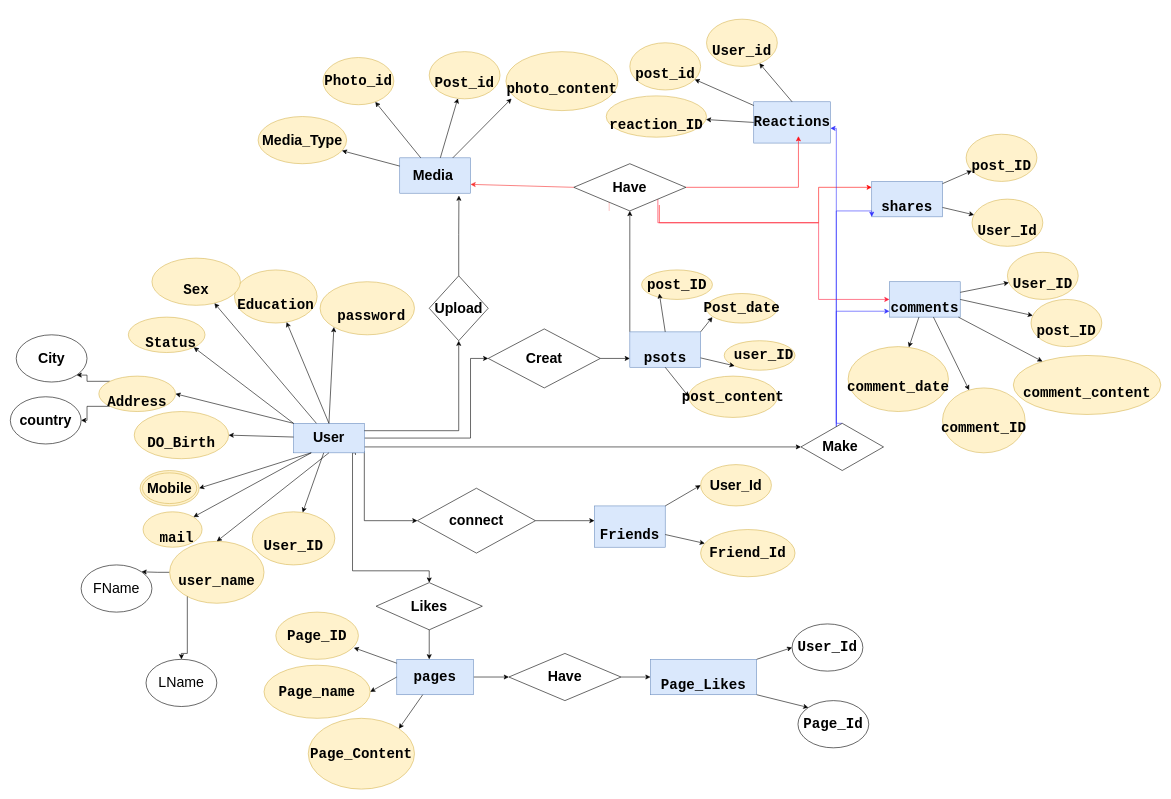
This is weyou/Untitled Diagram.drawio from elarabyelaidy19/database_of_databases, a draw.io file, before an edit. Source tidied: cells renumbered, new cells numbered last; positions are measured from the earlier drawing's top-left corner, leaving out a move shared by most shapes. Both pictures are drawn from the tidied source at 59%, with x=0, y=0 at pixel (10, 19).
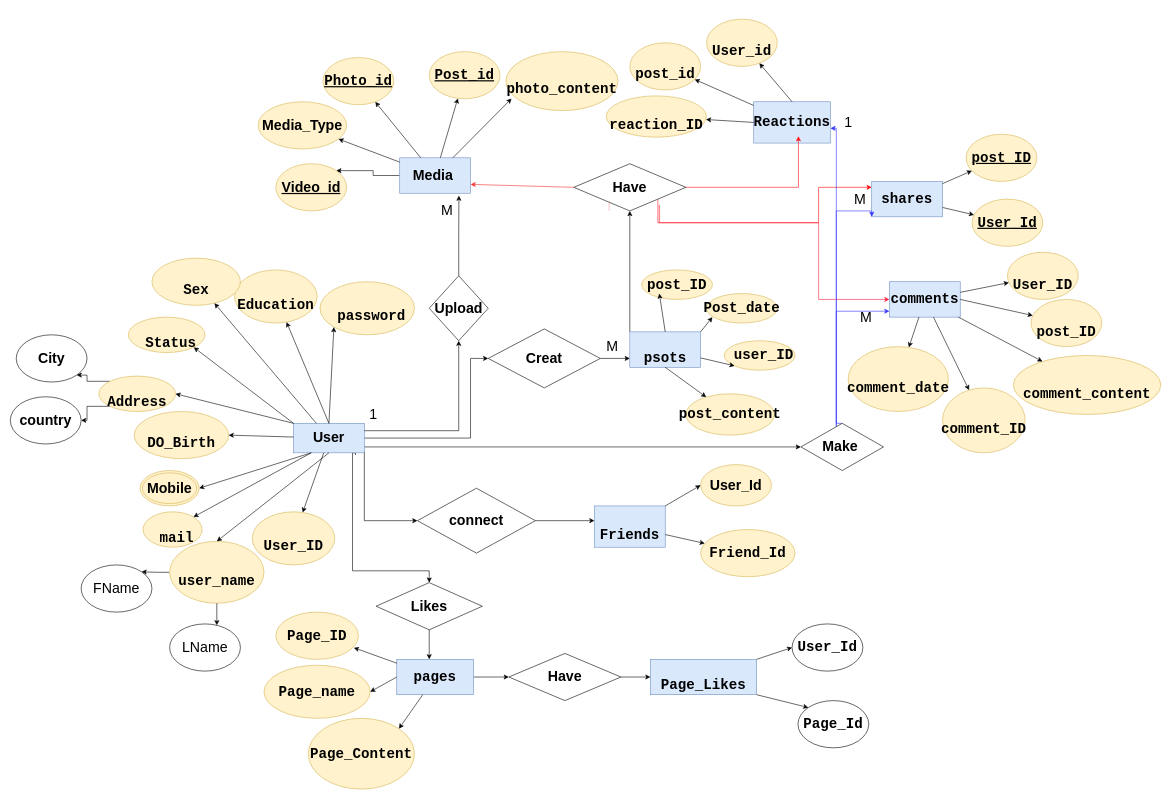
The same page after the edit.

Commit message:
relation type

The change refers to these unchanged cells:
```xml
<mxCell id="5" value="&lt;font style=&quot;font-size: 24px;&quot;&gt;&lt;font style=&quot;font-size: 24px;&quot;&gt;Media&amp;nbsp;&lt;/font&gt;&lt;br style=&quot;font-size: 24px;&quot;&gt;&lt;/font&gt;" style="rounded=0;whiteSpace=wrap;html=1;fillColor=#dae8fc;strokeColor=#6c8ebf;labelBackgroundColor=none;fontSize=24;fontStyle=1;" parent="1" vertex="1">
  <mxGeometry x="660" y="235" width="120" height="60" as="geometry" />
</mxCell>
<mxCell id="14" value="&lt;font style=&quot;font-size: 24px;&quot;&gt;&lt;br style=&quot;font-size: 24px;&quot;&gt;&lt;br style=&quot;font-size: 24px;&quot;&gt;&lt;/font&gt;&lt;div style=&quot;font-family: consolas, &amp;quot;courier new&amp;quot;, monospace; line-height: 24px; font-size: 24px;&quot;&gt;&lt;div style=&quot;font-size: 24px;&quot;&gt;&lt;span style=&quot;font-size: 24px;&quot;&gt;&lt;font style=&quot;font-size: 24px;&quot;&gt;psots&lt;/font&gt;&lt;/span&gt;&lt;/div&gt;&lt;/div&gt;&lt;font style=&quot;font-size: 24px;&quot;&gt;&lt;br style=&quot;font-size: 24px;&quot;&gt;&lt;/font&gt;" style="rounded=0;whiteSpace=wrap;html=1;fillColor=#dae8fc;strokeColor=#6c8ebf;labelBackgroundColor=none;fontSize=24;fontStyle=1;" parent="1" vertex="1">
  <mxGeometry x="1050" y="530" width="120" height="60" as="geometry" />
</mxCell>
```

What changed in the source:
```diff
@@
-    <mxCell id="2" value="&lt;font style=&quot;font-size: 24px;&quot;&gt;&lt;br style=&quot;font-size: 24px;&quot;&gt;&lt;br style=&quot;font-size: 24px;&quot;&gt;&lt;/font&gt;&lt;div style=&quot;font-family: consolas, &amp;quot;courier new&amp;quot;, monospace; line-height: 24px; font-size: 24px;&quot;&gt;&lt;div style=&quot;font-size: 24px;&quot;&gt;&lt;span style=&quot;font-size: 24px;&quot;&gt;&lt;font style=&quot;font-size: 24px;&quot;&gt;comments&lt;/font&gt;&lt;/span&gt;&lt;/div&gt;&lt;/div&gt;&lt;font style=&quot;font-size: 24px;&quot;&gt;&lt;br style=&quot;font-size: 24px;&quot;&gt;&lt;/font&gt;" style="rounded=0;whiteSpace=wrap;html=1;fillColor=#dae8fc;strokeColor=#6c8ebf;labelBackgroundColor=none;fontSize=24;fontStyle=1;" parent="1" vertex="1">
+    <mxCell id="2" value="&lt;font style=&quot;font-size: 24px&quot;&gt;&lt;br style=&quot;font-size: 24px&quot;&gt;&lt;span style=&quot;font-family: &amp;#34;consolas&amp;#34; , &amp;#34;courier new&amp;#34; , monospace&quot;&gt;comments&lt;/span&gt;&lt;br&gt;&lt;/font&gt;&lt;font style=&quot;font-size: 24px&quot;&gt;&lt;br style=&quot;font-size: 24px&quot;&gt;&lt;/font&gt;" style="rounded=0;whiteSpace=wrap;html=1;fillColor=#dae8fc;strokeColor=#6c8ebf;labelBackgroundColor=none;fontSize=24;fontStyle=1;" parent="1" vertex="1">
       <mxGeometry x="1490" y="445" width="120" height="60" as="geometry" />
     </mxCell>
@@
+    <mxCell id="117" style="edgeStyle=orthogonalEdgeStyle;rounded=0;jettySize=auto;html=1;entryX=1;entryY=0;entryDx=0;entryDy=0;labelBackgroundColor=none;fontSize=24;fontColor=#000000;" parent="1" edge="1" source="5" target="118">
+      <mxGeometry relative="1" as="geometry" />
+    </mxCell>
@@
-    <mxCell id="15" value="&lt;font style=&quot;font-size: 24px;&quot;&gt;&lt;br style=&quot;font-size: 24px;&quot;&gt;&lt;br style=&quot;font-size: 24px;&quot;&gt;&lt;/font&gt;&lt;div style=&quot;font-family: consolas, &amp;quot;courier new&amp;quot;, monospace; line-height: 24px; font-size: 24px;&quot;&gt;&lt;div style=&quot;font-size: 24px;&quot;&gt;&lt;span style=&quot;font-size: 24px;&quot;&gt;&lt;font style=&quot;font-size: 24px;&quot;&gt;shares&lt;/font&gt;&lt;/span&gt;&lt;/div&gt;&lt;/div&gt;&lt;font style=&quot;font-size: 24px;&quot;&gt;&lt;br style=&quot;font-size: 24px;&quot;&gt;&lt;/font&gt;" style="rounded=0;whiteSpace=wrap;html=1;fillColor=#dae8fc;strokeColor=#6c8ebf;labelBackgroundColor=none;fontSize=24;fontStyle=1;" parent="1" vertex="1">
+    <mxCell id="15" value="&lt;font style=&quot;font-size: 24px&quot;&gt;&lt;br style=&quot;font-size: 24px&quot;&gt;&lt;span style=&quot;font-family: &amp;#34;consolas&amp;#34; , &amp;#34;courier new&amp;#34; , monospace&quot;&gt;shares&lt;/span&gt;&lt;br&gt;&lt;/font&gt;&lt;font style=&quot;font-size: 24px&quot;&gt;&lt;br style=&quot;font-size: 24px&quot;&gt;&lt;/font&gt;" style="rounded=0;whiteSpace=wrap;html=1;fillColor=#dae8fc;strokeColor=#6c8ebf;labelBackgroundColor=none;fontSize=24;fontStyle=1;" parent="1" vertex="1">
       <mxGeometry x="1460" y="275" width="120" height="60" as="geometry" />
     </mxCell>
@@
     <mxCell id="34" value="&lt;div style=&quot;font-family: consolas, &amp;quot;courier new&amp;quot;, monospace; font-size: 24px; line-height: 24px;&quot;&gt;&lt;div style=&quot;font-family: consolas, &amp;quot;courier new&amp;quot;, monospace; line-height: 24px; font-size: 24px;&quot;&gt;post_content&lt;/div&gt;&lt;/div&gt;" style="ellipse;whiteSpace=wrap;html=1;fillColor=#fff2cc;strokeColor=#d6b656;labelBackgroundColor=none;fontSize=24;fontStyle=1;" parent="1" vertex="1">
-      <mxGeometry x="1150" y="605" width="150" height="70" as="geometry" />
+      <mxGeometry x="1145" y="635" width="150" height="70" as="geometry" />
     </mxCell>
@@
-    <mxCell id="46" value="&lt;br style=&quot;font-size: 24px;&quot;&gt;&lt;br style=&quot;font-size: 24px;&quot;&gt;&lt;div style=&quot;font-family: consolas, &amp;quot;courier new&amp;quot;, monospace; line-height: 24px; font-size: 24px;&quot;&gt;&lt;div style=&quot;font-size: 24px;&quot;&gt;&lt;span style=&quot;font-size: 24px;&quot;&gt;&lt;font style=&quot;font-size: 24px;&quot;&gt;Post_id&lt;/font&gt;&lt;/span&gt;&lt;/div&gt;&lt;/div&gt;&lt;br style=&quot;font-size: 24px;&quot;&gt;" style="ellipse;whiteSpace=wrap;html=1;fillColor=#fff2cc;strokeColor=#d6b656;labelBackgroundColor=none;fontSize=24;fontStyle=1;" parent="1" vertex="1">
+    <mxCell id="46" value="&lt;u style=&quot;font-family: &amp;#34;consolas&amp;#34; , &amp;#34;courier new&amp;#34; , monospace&quot;&gt;Post_id&lt;/u&gt;" style="ellipse;whiteSpace=wrap;html=1;fillColor=#fff2cc;strokeColor=#d6b656;labelBackgroundColor=none;fontSize=24;fontStyle=1;" parent="1" vertex="1">
       <mxGeometry x="710" y="55" width="120" height="80" as="geometry" />
     </mxCell>
-    <mxCell id="47" value="&lt;font style=&quot;font-size: 24px;&quot;&gt;&lt;br style=&quot;font-size: 24px;&quot;&gt;&lt;/font&gt;&lt;div style=&quot;font-family: consolas, &amp;quot;courier new&amp;quot;, monospace; line-height: 24px; font-size: 24px;&quot;&gt;&lt;div style=&quot;font-size: 24px;&quot;&gt;&lt;span style=&quot;font-size: 24px;&quot;&gt;&lt;font style=&quot;font-size: 24px;&quot;&gt;Photo_id&lt;/font&gt;&lt;/span&gt;&lt;/div&gt;&lt;/div&gt;&lt;font style=&quot;font-size: 24px;&quot;&gt;&lt;br style=&quot;font-size: 24px;&quot;&gt;&lt;/font&gt;" style="ellipse;whiteSpace=wrap;html=1;fillColor=#fff2cc;strokeColor=#d6b656;align=center;labelBackgroundColor=none;fontSize=24;fontStyle=1;" parent="1" vertex="1">
+    <mxCell id="47" value="&lt;font style=&quot;font-size: 24px&quot;&gt;&lt;u&gt;&lt;br style=&quot;font-size: 24px&quot;&gt;&lt;/u&gt;&lt;/font&gt;&lt;div style=&quot;font-family: &amp;#34;consolas&amp;#34; , &amp;#34;courier new&amp;#34; , monospace ; line-height: 24px ; font-size: 24px&quot;&gt;&lt;div style=&quot;font-size: 24px&quot;&gt;&lt;span style=&quot;font-size: 24px&quot;&gt;&lt;font style=&quot;font-size: 24px&quot;&gt;&lt;u&gt;Photo_id&lt;/u&gt;&lt;/font&gt;&lt;/span&gt;&lt;/div&gt;&lt;/div&gt;&lt;font style=&quot;font-size: 24px&quot;&gt;&lt;br style=&quot;font-size: 24px&quot;&gt;&lt;/font&gt;" style="ellipse;whiteSpace=wrap;html=1;fillColor=#fff2cc;strokeColor=#d6b656;align=center;labelBackgroundColor=none;fontSize=24;fontStyle=1;" parent="1" vertex="1">
       <mxGeometry x="530" y="65" width="120" height="80" as="geometry" />
     </mxCell>
-    <mxCell id="48" value="&lt;br style=&quot;font-size: 24px;&quot;&gt;&lt;br style=&quot;font-size: 24px;&quot;&gt;&lt;div style=&quot;font-family: consolas, &amp;quot;courier new&amp;quot;, monospace; line-height: 24px; font-size: 24px;&quot;&gt;&lt;div style=&quot;font-size: 24px;&quot;&gt;&lt;span style=&quot;font-size: 24px;&quot;&gt;&lt;font style=&quot;font-size: 24px;&quot;&gt;post_ID&lt;/font&gt;&lt;/span&gt;&lt;/div&gt;&lt;/div&gt;&lt;br style=&quot;font-size: 24px;&quot;&gt;" style="ellipse;whiteSpace=wrap;html=1;fillColor=#fff2cc;strokeColor=#d6b656;labelBackgroundColor=none;fontSize=24;fontStyle=1;" parent="1" vertex="1">
+    <mxCell id="48" value="&lt;u style=&quot;font-family: &amp;#34;consolas&amp;#34; , &amp;#34;courier new&amp;#34; , monospace&quot;&gt;post_ID&lt;/u&gt;" style="ellipse;whiteSpace=wrap;html=1;fillColor=#fff2cc;strokeColor=#d6b656;labelBackgroundColor=none;fontSize=24;fontStyle=1;" parent="1" vertex="1">
       <mxGeometry x="1620" y="195" width="120" height="80" as="geometry" />
     </mxCell>
-    <mxCell id="49" value="&lt;br style=&quot;font-size: 24px;&quot;&gt;&lt;br style=&quot;font-size: 24px;&quot;&gt;&lt;div style=&quot;font-family: consolas, &amp;quot;courier new&amp;quot;, monospace; line-height: 24px; font-size: 24px;&quot;&gt;&lt;div style=&quot;font-size: 24px;&quot;&gt;&lt;span style=&quot;font-size: 24px;&quot;&gt;&lt;font style=&quot;font-size: 24px;&quot;&gt;User_Id&lt;/font&gt;&lt;/span&gt;&lt;/div&gt;&lt;/div&gt;&lt;br style=&quot;font-size: 24px;&quot;&gt;" style="ellipse;whiteSpace=wrap;html=1;fillColor=#fff2cc;strokeColor=#d6b656;labelBackgroundColor=none;fontSize=24;fontStyle=1;" parent="1" vertex="1">
+    <mxCell id="49" value="&lt;u style=&quot;font-family: &amp;#34;consolas&amp;#34; , &amp;#34;courier new&amp;#34; , monospace&quot;&gt;User_Id&lt;/u&gt;" style="ellipse;whiteSpace=wrap;html=1;fillColor=#fff2cc;strokeColor=#d6b656;labelBackgroundColor=none;fontSize=24;fontStyle=1;" parent="1" vertex="1">
       <mxGeometry x="1630" y="305" width="120" height="80" as="geometry" />
     </mxCell>
-    <mxCell id="50" value="&lt;br style=&quot;font-size: 24px;&quot;&gt;&lt;br style=&quot;font-size: 24px;&quot;&gt;&lt;div style=&quot;font-family: consolas, &amp;quot;courier new&amp;quot;, monospace; line-height: 24px; font-size: 24px;&quot;&gt;&lt;div style=&quot;font-size: 24px;&quot;&gt;&lt;span style=&quot;font-size: 24px;&quot;&gt;&lt;font style=&quot;font-size: 24px;&quot;&gt;comment_ID&lt;/font&gt;&lt;/span&gt;&lt;/div&gt;&lt;/div&gt;&lt;br style=&quot;font-size: 24px;&quot;&gt;" style="ellipse;whiteSpace=wrap;html=1;fillColor=#fff2cc;strokeColor=#d6b656;labelBackgroundColor=none;fontSize=24;fontStyle=1;" parent="1" vertex="1">
+    <mxCell id="50" value="&lt;br style=&quot;font-size: 24px&quot;&gt;&lt;span style=&quot;font-family: &amp;#34;consolas&amp;#34; , &amp;#34;courier new&amp;#34; , monospace&quot;&gt;comment_ID&lt;/span&gt;&lt;br&gt;" style="ellipse;whiteSpace=wrap;html=1;fillColor=#fff2cc;strokeColor=#d6b656;labelBackgroundColor=none;fontSize=24;fontStyle=1;" parent="1" vertex="1">
       <mxGeometry x="1580" y="625" width="140" height="110" as="geometry" />
     </mxCell>
-    <mxCell id="51" value="&lt;br style=&quot;font-size: 24px;&quot;&gt;&lt;br style=&quot;font-size: 24px;&quot;&gt;&lt;div style=&quot;font-family: consolas, &amp;quot;courier new&amp;quot;, monospace; line-height: 24px; font-size: 24px;&quot;&gt;&lt;div style=&quot;font-size: 24px;&quot;&gt;&lt;span style=&quot;font-size: 24px;&quot;&gt;&lt;font style=&quot;font-size: 24px;&quot;&gt;User_ID&lt;/font&gt;&lt;/span&gt;&lt;/div&gt;&lt;/div&gt;&lt;br style=&quot;font-size: 24px;&quot;&gt;" style="ellipse;whiteSpace=wrap;html=1;fillColor=#fff2cc;strokeColor=#d6b656;labelBackgroundColor=none;fontSize=24;fontStyle=1;" parent="1" vertex="1">
+    <mxCell id="51" value="&lt;br style=&quot;font-size: 24px&quot;&gt;&lt;span style=&quot;font-family: &amp;#34;consolas&amp;#34; , &amp;#34;courier new&amp;#34; , monospace&quot;&gt;User_ID&lt;/span&gt;&lt;br&gt;" style="ellipse;whiteSpace=wrap;html=1;fillColor=#fff2cc;strokeColor=#d6b656;labelBackgroundColor=none;fontSize=24;fontStyle=1;" parent="1" vertex="1">
       <mxGeometry x="1690" y="395" width="120" height="80" as="geometry" />
     </mxCell>
-    <mxCell id="52" value="&lt;br style=&quot;font-size: 24px;&quot;&gt;&lt;br style=&quot;font-size: 24px;&quot;&gt;&lt;div style=&quot;font-family: consolas, &amp;quot;courier new&amp;quot;, monospace; line-height: 24px; font-size: 24px;&quot;&gt;&lt;div style=&quot;font-size: 24px;&quot;&gt;&lt;span style=&quot;font-size: 24px;&quot;&gt;&lt;font style=&quot;font-size: 24px;&quot;&gt;post_ID&lt;/font&gt;&lt;/span&gt;&lt;/div&gt;&lt;/div&gt;&lt;br style=&quot;font-size: 24px;&quot;&gt;" style="ellipse;whiteSpace=wrap;html=1;fillColor=#fff2cc;strokeColor=#d6b656;labelBackgroundColor=none;fontSize=24;fontStyle=1;" parent="1" vertex="1">
+    <mxCell id="52" value="&lt;br style=&quot;font-size: 24px&quot;&gt;&lt;span style=&quot;font-family: &amp;#34;consolas&amp;#34; , &amp;#34;courier new&amp;#34; , monospace&quot;&gt;post_ID&lt;/span&gt;&lt;br&gt;" style="ellipse;whiteSpace=wrap;html=1;fillColor=#fff2cc;strokeColor=#d6b656;labelBackgroundColor=none;fontSize=24;fontStyle=1;" parent="1" vertex="1">
       <mxGeometry x="1730" y="475" width="120" height="80" as="geometry" />
     </mxCell>
-    <mxCell id="53" value="&lt;br style=&quot;font-size: 24px;&quot;&gt;&lt;br style=&quot;font-size: 24px;&quot;&gt;&lt;div style=&quot;font-family: consolas, &amp;quot;courier new&amp;quot;, monospace; line-height: 24px; font-size: 24px;&quot;&gt;&lt;div style=&quot;font-size: 24px;&quot;&gt;&lt;span style=&quot;font-size: 24px;&quot;&gt;&lt;font style=&quot;font-size: 24px;&quot;&gt;comment_content&lt;/font&gt;&lt;/span&gt;&lt;/div&gt;&lt;/div&gt;&lt;br style=&quot;font-size: 24px;&quot;&gt;" style="ellipse;whiteSpace=wrap;html=1;fillColor=#fff2cc;strokeColor=#d6b656;labelBackgroundColor=none;fontSize=24;fontStyle=1;" parent="1" vertex="1">
+    <mxCell id="53" value="&lt;br style=&quot;font-size: 24px&quot;&gt;&lt;span style=&quot;font-family: &amp;#34;consolas&amp;#34; , &amp;#34;courier new&amp;#34; , monospace&quot;&gt;comment_content&lt;/span&gt;&lt;br&gt;" style="ellipse;whiteSpace=wrap;html=1;fillColor=#fff2cc;strokeColor=#d6b656;labelBackgroundColor=none;fontSize=24;fontStyle=1;" parent="1" vertex="1">
       <mxGeometry x="1700" y="570" width="250" height="100" as="geometry" />
     </mxCell>
-    <mxCell id="54" value="&lt;br style=&quot;font-size: 24px;&quot;&gt;&lt;br style=&quot;font-size: 24px;&quot;&gt;&lt;div style=&quot;font-family: consolas, &amp;quot;courier new&amp;quot;, monospace; line-height: 24px; font-size: 24px;&quot;&gt;&lt;div style=&quot;font-size: 24px;&quot;&gt;&lt;span style=&quot;font-size: 24px;&quot;&gt;&lt;font style=&quot;font-size: 24px;&quot;&gt;comment_date&lt;/font&gt;&lt;/span&gt;&lt;/div&gt;&lt;/div&gt;&lt;br style=&quot;font-size: 24px;&quot;&gt;" style="ellipse;whiteSpace=wrap;html=1;fillColor=#fff2cc;strokeColor=#d6b656;labelBackgroundColor=none;fontSize=24;fontStyle=1;" parent="1" vertex="1">
+    <mxCell id="54" value="&lt;br style=&quot;font-size: 24px&quot;&gt;&lt;span style=&quot;font-family: &amp;#34;consolas&amp;#34; , &amp;#34;courier new&amp;#34; , monospace&quot;&gt;comment_date&lt;/span&gt;&lt;br&gt;" style="ellipse;whiteSpace=wrap;html=1;fillColor=#fff2cc;strokeColor=#d6b656;labelBackgroundColor=none;fontSize=24;fontStyle=1;" parent="1" vertex="1">
       <mxGeometry x="1420" y="555" width="170" height="110" as="geometry" />
     </mxCell>
@@
-    <mxCell id="79" style="endArrow=classic;html=1;entryX=0;entryY=0.5;entryDx=0;entryDy=0;exitX=0.5;exitY=1;exitDx=0;exitDy=0;labelBackgroundColor=none;fontSize=24;fontStyle=1;" parent="1" edge="1" source="14" target="34">
+    <mxCell id="79" style="endArrow=classic;html=1;exitX=0.5;exitY=1;exitDx=0;exitDy=0;labelBackgroundColor=none;fontSize=24;fontStyle=1;" parent="1" edge="1" source="14" target="34">
       <mxGeometry relative="1" as="geometry" />
     </mxCell>
@@
     <mxCell id="107" value="&lt;font style=&quot;font-size: 24px;&quot;&gt;Media_Type&lt;/font&gt;" style="ellipse;whiteSpace=wrap;html=1;fillColor=#fff2cc;strokeColor=#d6b656;labelBackgroundColor=none;fontSize=24;fontStyle=1;" parent="1" vertex="1">
-      <mxGeometry x="420" y="165" width="150" height="80" as="geometry" />
+      <mxGeometry x="420" y="140" width="150" height="80" as="geometry" />
     </mxCell>
@@
     <mxCell id="113" value="LName" style="ellipse;whiteSpace=wrap;html=1;labelBackgroundColor=none;fontSize=24;" parent="1" vertex="1">
-      <mxGeometry x="230" y="1085" width="120" height="80" as="geometry" />
+      <mxGeometry x="270" y="1025" width="120" height="80" as="geometry" />
     </mxCell>
@@
+    <mxCell id="118" value="&lt;b&gt;&lt;u&gt;Video_id&lt;/u&gt;&lt;/b&gt;" style="ellipse;whiteSpace=wrap;html=1;labelBackgroundColor=none;fontSize=24;fillColor=#fff2cc;strokeColor=#d6b656;" parent="1" vertex="1">
+      <mxGeometry x="450" y="245" width="120" height="80" as="geometry" />
+    </mxCell>
+    <mxCell id="119" value="1" style="text;html=1;align=center;verticalAlign=middle;strokeColor=none;fontSize=24;fontColor=#000000;" parent="1" vertex="1">
+      <mxGeometry x="600" y="655" width="30" height="30" as="geometry" />
+    </mxCell>
+    <mxCell id="120" value="M" style="text;html=1;align=center;verticalAlign=middle;strokeColor=none;fontSize=24;fontColor=#000000;" parent="1" vertex="1">
+      <mxGeometry x="1000" y="540" width="40" height="30" as="geometry" />
+    </mxCell>
+    <mxCell id="121" value="M" style="text;html=1;align=center;verticalAlign=middle;strokeColor=none;fontSize=24;fontColor=#000000;" parent="1" vertex="1">
+      <mxGeometry x="720" y="310" width="40" height="30" as="geometry" />
+    </mxCell>
+    <mxCell id="122" value="M" style="text;html=1;align=center;verticalAlign=middle;strokeColor=none;fontSize=24;fontColor=#000000;" parent="1" vertex="1">
+      <mxGeometry x="1430" y="490" width="40" height="30" as="geometry" />
+    </mxCell>
+    <mxCell id="123" value="M" style="text;html=1;align=center;verticalAlign=middle;strokeColor=none;fontSize=24;fontColor=#000000;" parent="1" vertex="1">
+      <mxGeometry x="1420" y="290" width="40" height="30" as="geometry" />
+    </mxCell>
+    <mxCell id="124" value="1" style="text;html=1;align=center;verticalAlign=middle;strokeColor=none;fontSize=24;fontColor=#000000;" parent="1" vertex="1">
+      <mxGeometry x="1405" y="160" width="30" height="30" as="geometry" />
+    </mxCell>
```
